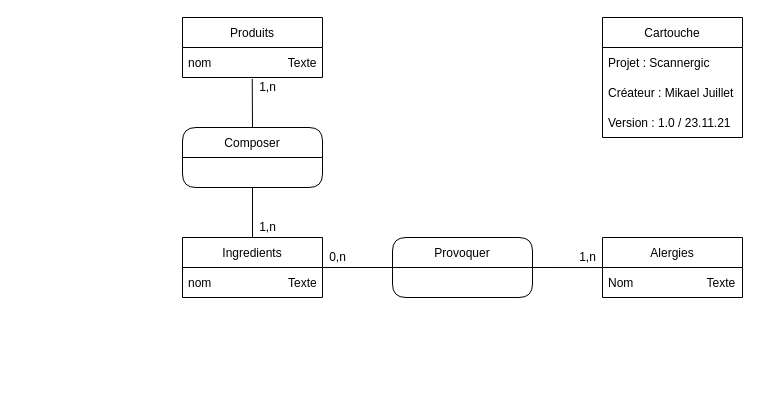
This is Doc/MCD-MLD/MCD.drawio from EliottJaquierCPNV/ScannergicBackendAPI, a draw.io file, before an edit. Source tidied: cells renumbered, new cells numbered last; positions are measured from the earlier drawing's top-left corner, leaving out a move shared by most shapes. Both pictures are drawn from the tidied source at 100%, with x=0, y=0 at pixel (182, 17).
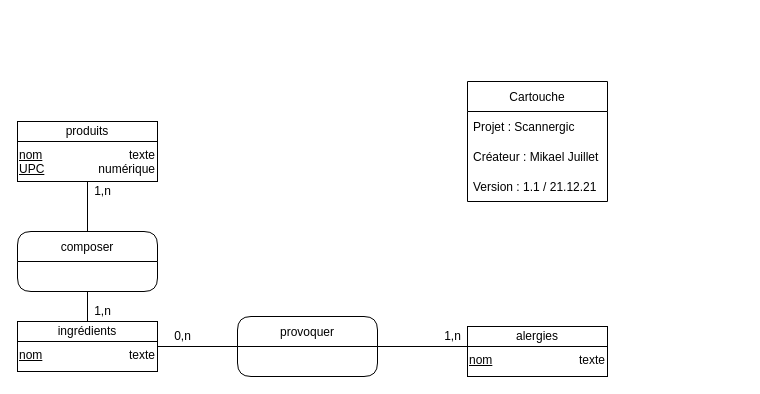
The same page after the edit.

Diff of the diagram source:
```diff
@@
-    <mxCell id="0" />
-    <mxCell id="1" parent="0" />
-    <mxCell id="2" value="Produits" style="swimlane;fontStyle=0;horizontal=1;startSize=30;" parent="1" vertex="1">
-      <mxGeometry width="140" height="60" as="geometry" />
-    </mxCell>
-    <mxCell id="3" value="nom                       Texte" style="text;strokeColor=none;fillColor=none;align=left;verticalAlign=middle;spacingLeft=4;spacingRight=4;overflow=hidden;points=[[0,0.5],[1,0.5]];portConstraint=eastwest;" parent="2" vertex="1">
-      <mxGeometry y="30" width="140" height="30" as="geometry" />
-    </mxCell>
-    <mxCell id="4" value="Alergies" style="swimlane;fontStyle=0;horizontal=1;startSize=30;" parent="1" vertex="1">
-      <mxGeometry x="420" y="220" width="140" height="60" as="geometry" />
-    </mxCell>
-    <mxCell id="5" value="Nom                      Texte" style="text;strokeColor=none;fillColor=none;align=left;verticalAlign=middle;spacingLeft=4;spacingRight=4;overflow=hidden;points=[[0,0.5],[1,0.5]];portConstraint=eastwest;" parent="4" vertex="1">
-      <mxGeometry y="30" width="140" height="30" as="geometry" />
-    </mxCell>
-    <mxCell id="6" value="Ingredients" style="swimlane;fontStyle=0;horizontal=1;startSize=30;" parent="1" vertex="1">
-      <mxGeometry y="220" width="140" height="60" as="geometry" />
-    </mxCell>
-    <mxCell id="7" value="nom                       Texte" style="text;strokeColor=none;fillColor=none;align=left;verticalAlign=middle;spacingLeft=4;spacingRight=4;overflow=hidden;shadow=0;" parent="6" vertex="1">
-      <mxGeometry y="30" width="140" height="30" as="geometry" />
-    </mxCell>
-    <mxCell id="8" value="Composer" style="swimlane;fontStyle=0;horizontal=1;startSize=30;rotation=0;swimlaneFillColor=none;perimeterSpacing=0;rounded=1;" parent="1" vertex="1">
-      <mxGeometry y="110" width="140" height="60" as="geometry" />
-    </mxCell>
-    <mxCell id="9" style="endArrow=none;html=1;rounded=0;entryX=0.5;entryY=0;entryDx=0;entryDy=0;exitX=0.498;exitY=1.048;exitDx=0;exitDy=0;exitPerimeter=0;" parent="1" edge="1" source="3" target="8">
-      <mxGeometry relative="1" as="geometry" />
-    </mxCell>
-    <mxCell id="10" style="endArrow=none;html=1;rounded=0;exitX=0.5;exitY=1;exitDx=0;exitDy=0;entryX=0.5;entryY=0;entryDx=0;entryDy=0;" parent="1" edge="1" source="8" target="6">
-      <mxGeometry relative="1" as="geometry" />
-    </mxCell>
-    <mxCell id="11" value="Provoquer" style="swimlane;fontStyle=0;horizontal=1;startSize=30;rotation=0;swimlaneFillColor=none;perimeterSpacing=0;rounded=1;" parent="1" vertex="1">
-      <mxGeometry x="210" y="220" width="140" height="60" as="geometry" />
-    </mxCell>
-    <mxCell id="12" style="endArrow=none;html=1;rounded=0;exitX=1;exitY=0.5;exitDx=0;exitDy=0;entryX=0;entryY=0.5;entryDx=0;entryDy=0;" parent="1" edge="1" source="6" target="11">
-      <mxGeometry relative="1" as="geometry" />
-    </mxCell>
-    <mxCell id="13" style="endArrow=none;html=1;rounded=0;exitX=1;exitY=0.5;exitDx=0;exitDy=0;entryX=0.003;entryY=0.002;entryDx=0;entryDy=0;entryPerimeter=0;" parent="1" edge="1" source="11" target="5">
-      <mxGeometry relative="1" as="geometry" />
-    </mxCell>
+    <mxCell id="22" />
+    <mxCell id="23" parent="22" />
+    <mxCell id="24" style="whiteSpace=wrap;html=1;" parent="23" vertex="1">
+      <mxGeometry x="-165" y="104" width="140" height="60" as="geometry" />
+    </mxCell>
+    <mxCell id="25" value="&lt;u&gt;nom&lt;br&gt;UPC&lt;br&gt;&lt;/u&gt;" style="rounded=0;whiteSpace=wrap;html=1;fillColor=none;strokeColor=none;align=left;verticalAlign=top;" parent="23" vertex="1">
+      <mxGeometry x="-165" y="124" width="70" height="40" as="geometry" />
+    </mxCell>
+    <mxCell id="26" value="produits" style="rounded=0;whiteSpace=wrap;html=1;" parent="23" vertex="1">
+      <mxGeometry x="-165" y="104" width="140" height="20" as="geometry" />
+    </mxCell>
+    <mxCell id="27" value="texte&lt;br&gt;numérique" style="rounded=0;whiteSpace=wrap;html=1;fillColor=none;strokeColor=none;verticalAlign=top;align=right;" parent="23" vertex="1">
+      <mxGeometry x="-95" y="124" width="70" height="40" as="geometry" />
+    </mxCell>
+    <mxCell id="28" style="whiteSpace=wrap;html=1;" parent="23" vertex="1">
+      <mxGeometry x="-165" y="304" width="140" height="50" as="geometry" />
+    </mxCell>
+    <mxCell id="29" value="&lt;u&gt;nom&lt;br&gt;&lt;/u&gt;" style="rounded=0;whiteSpace=wrap;html=1;fillColor=none;strokeColor=none;align=left;verticalAlign=top;" parent="23" vertex="1">
+      <mxGeometry x="-165" y="324" width="70" height="20" as="geometry" />
+    </mxCell>
+    <mxCell id="30" value="ingrédients" style="rounded=0;whiteSpace=wrap;html=1;" parent="23" vertex="1">
+      <mxGeometry x="-165" y="304" width="140" height="20" as="geometry" />
+    </mxCell>
+    <mxCell id="31" value="texte" style="rounded=0;whiteSpace=wrap;html=1;fillColor=none;strokeColor=none;verticalAlign=top;align=right;" parent="23" vertex="1">
+      <mxGeometry x="-95" y="324" width="70" height="20" as="geometry" />
+    </mxCell>
+    <mxCell id="32" style="whiteSpace=wrap;html=1;" parent="23" vertex="1">
+      <mxGeometry x="285" y="309" width="140" height="50" as="geometry" />
+    </mxCell>
+    <mxCell id="33" value="&lt;u&gt;nom&lt;br&gt;&lt;/u&gt;" style="rounded=0;whiteSpace=wrap;html=1;fillColor=none;strokeColor=none;align=left;verticalAlign=top;" parent="23" vertex="1">
+      <mxGeometry x="285" y="329" width="70" height="20" as="geometry" />
+    </mxCell>
+    <mxCell id="34" value="alergies" style="rounded=0;whiteSpace=wrap;html=1;" parent="23" vertex="1">
+      <mxGeometry x="285" y="309" width="140" height="20" as="geometry" />
+    </mxCell>
+    <mxCell id="35" value="texte" style="rounded=0;whiteSpace=wrap;html=1;fillColor=none;strokeColor=none;verticalAlign=top;align=right;" parent="23" vertex="1">
+      <mxGeometry x="355" y="329" width="70" height="20" as="geometry" />
+    </mxCell>
+    <mxCell id="36" value="provoquer" style="swimlane;fontStyle=0;horizontal=1;startSize=30;rotation=0;swimlaneFillColor=none;perimeterSpacing=0;rounded=1;" parent="23" vertex="1">
+      <mxGeometry x="55" y="299" width="140" height="60" as="geometry" />
+    </mxCell>
+    <mxCell id="37" style="endArrow=none;html=1;rounded=0;exitX=1;exitY=0.25;exitDx=0;exitDy=0;entryX=0;entryY=0.5;entryDx=0;entryDy=0;" parent="23" edge="1" source="31" target="36">
+      <mxGeometry relative="1" as="geometry" />
+    </mxCell>
+    <mxCell id="38" style="endArrow=none;html=1;rounded=0;exitX=1;exitY=0.5;exitDx=0;exitDy=0;entryX=0;entryY=0;entryDx=0;entryDy=0;" parent="23" edge="1" source="36" target="33">
+      <mxGeometry relative="1" as="geometry" />
+    </mxCell>
+    <mxCell id="20" value="0,n" style="text;html=1;align=center;verticalAlign=middle;strokeColor=none;fillColor=none;" parent="23" vertex="1">
+      <mxGeometry x="-15" y="309" width="30" height="20" as="geometry" />
+    </mxCell>
+    <mxCell id="39" value="1,n" style="text;html=1;align=center;verticalAlign=middle;strokeColor=none;fillColor=none;" parent="23" vertex="1">
+      <mxGeometry x="255" y="309" width="30" height="20" as="geometry" />
+    </mxCell>
+    <mxCell id="40" value="composer" style="swimlane;fontStyle=0;horizontal=1;startSize=30;rotation=0;swimlaneFillColor=none;perimeterSpacing=0;rounded=1;" parent="23" vertex="1">
+      <mxGeometry x="-165" y="214" width="140" height="60" as="geometry" />
+    </mxCell>
+    <mxCell id="41" style="endArrow=none;html=1;rounded=0;entryX=0.5;entryY=0;entryDx=0;entryDy=0;exitX=0;exitY=1;exitDx=0;exitDy=0;" parent="23" edge="1" source="27" target="40">
+      <mxGeometry relative="1" as="geometry" />
+    </mxCell>
+    <mxCell id="42" style="endArrow=none;html=1;rounded=0;exitX=0.5;exitY=1;exitDx=0;exitDy=0;entryX=0.5;entryY=0;entryDx=0;entryDy=0;" parent="23" edge="1" source="40" target="30">
+      <mxGeometry relative="1" as="geometry" />
+    </mxCell>
+    <mxCell id="43" value="1,n" style="text;html=1;align=center;verticalAlign=middle;strokeColor=none;fillColor=none;" parent="23" vertex="1">
+      <mxGeometry x="-95" y="164" width="30" height="20" as="geometry" />
+    </mxCell>
+    <mxCell id="44" value="1,n" style="text;html=1;align=center;verticalAlign=middle;strokeColor=none;fillColor=none;" parent="23" vertex="1">
+      <mxGeometry x="-95" y="284" width="30" height="20" as="geometry" />
+    </mxCell>
-    <mxCell id="14" value="Cartouche" style="swimlane;fontStyle=0;horizontal=1;startSize=30;rounded=0;gradientColor=none;" parent="1" vertex="1">
-      <mxGeometry x="420" width="140" height="120" as="geometry" />
+    <mxCell id="14" value="Cartouche" style="swimlane;fontStyle=0;horizontal=1;startSize=30;rounded=0;gradientColor=none;" parent="23" vertex="1">
+      <mxGeometry x="285" y="64" width="140" height="120" as="geometry" />
     </mxCell>
@@
-    <mxCell id="17" value="Version : 1.0 / 23.11.21" style="text;strokeColor=none;fillColor=none;align=left;verticalAlign=middle;spacingLeft=4;spacingRight=4;overflow=hidden;rounded=1;" parent="14" vertex="1">
-      <mxGeometry y="90" width="140" height="30" as="geometry" />
-    </mxCell>
-    <mxCell id="18" value="1,n" style="text;html=1;align=center;verticalAlign=middle;strokeColor=none;fillColor=none;" parent="1" vertex="1">
-      <mxGeometry x="70" y="60" width="30" height="20" as="geometry" />
-    </mxCell>
-    <mxCell id="19" value="1,n" style="text;html=1;align=center;verticalAlign=middle;strokeColor=none;fillColor=none;" parent="1" vertex="1">
-      <mxGeometry x="70" y="200" width="30" height="20" as="geometry" />
-    </mxCell>
-    <mxCell id="20" value="0,n" style="text;html=1;align=center;verticalAlign=middle;strokeColor=none;fillColor=none;" parent="1" vertex="1">
-      <mxGeometry x="140" y="230" width="30" height="20" as="geometry" />
-    </mxCell>
-    <mxCell id="21" value="1,n" style="text;html=1;align=center;verticalAlign=middle;strokeColor=none;fillColor=none;" parent="1" vertex="1">
-      <mxGeometry x="390" y="230" width="30" height="20" as="geometry" />
-    </mxCell>
+    <mxCell id="45" value="Version : 1.1 / 21.12.21" style="text;strokeColor=none;fillColor=none;align=left;verticalAlign=middle;spacingLeft=4;spacingRight=4;overflow=hidden;rounded=1;" parent="14" vertex="1">
+      <mxGeometry y="90" width="140" height="30" as="geometry" />
+    </mxCell>
```
